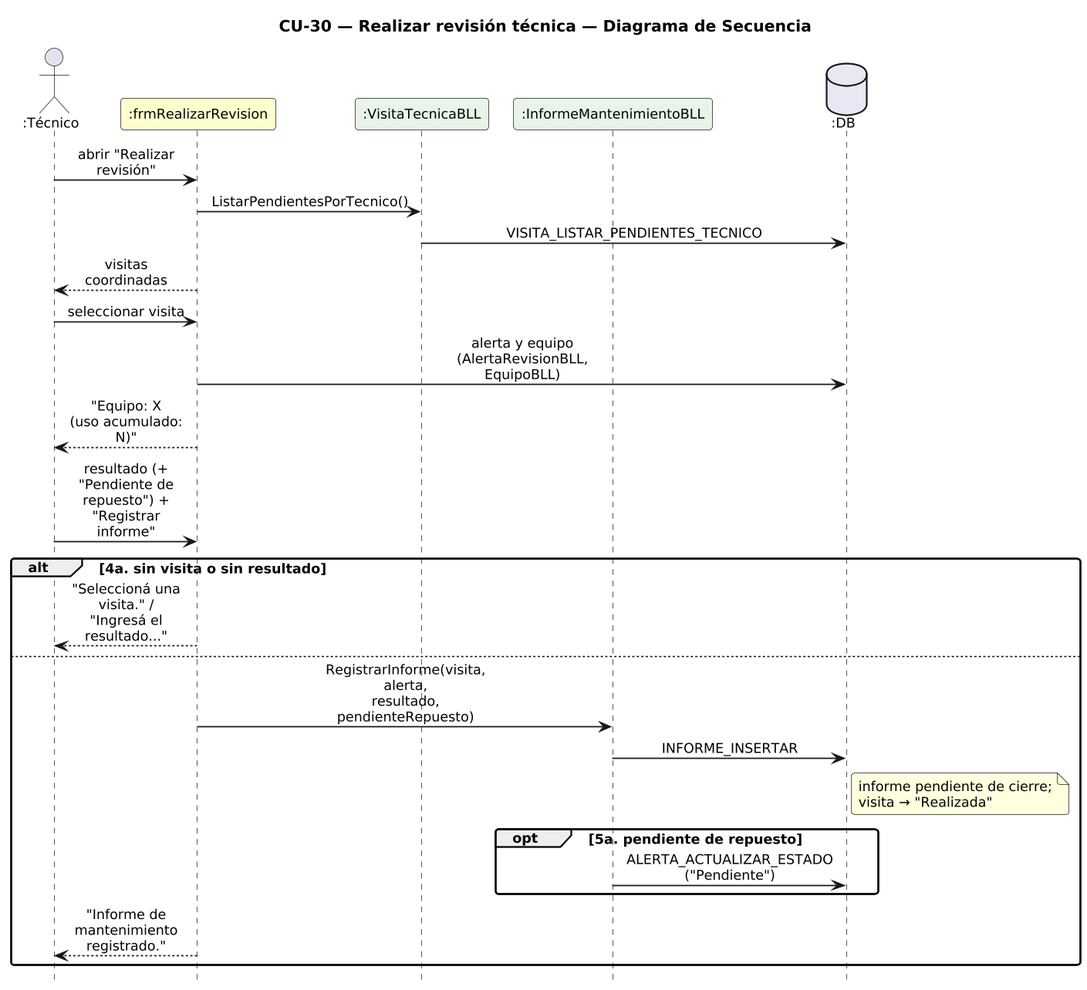
Earlier version of the PlantUML export DIAGRAMAS/DiagramaSecuencia_CU30_RealizarRevision.png (Urrels/ingenieria_software).
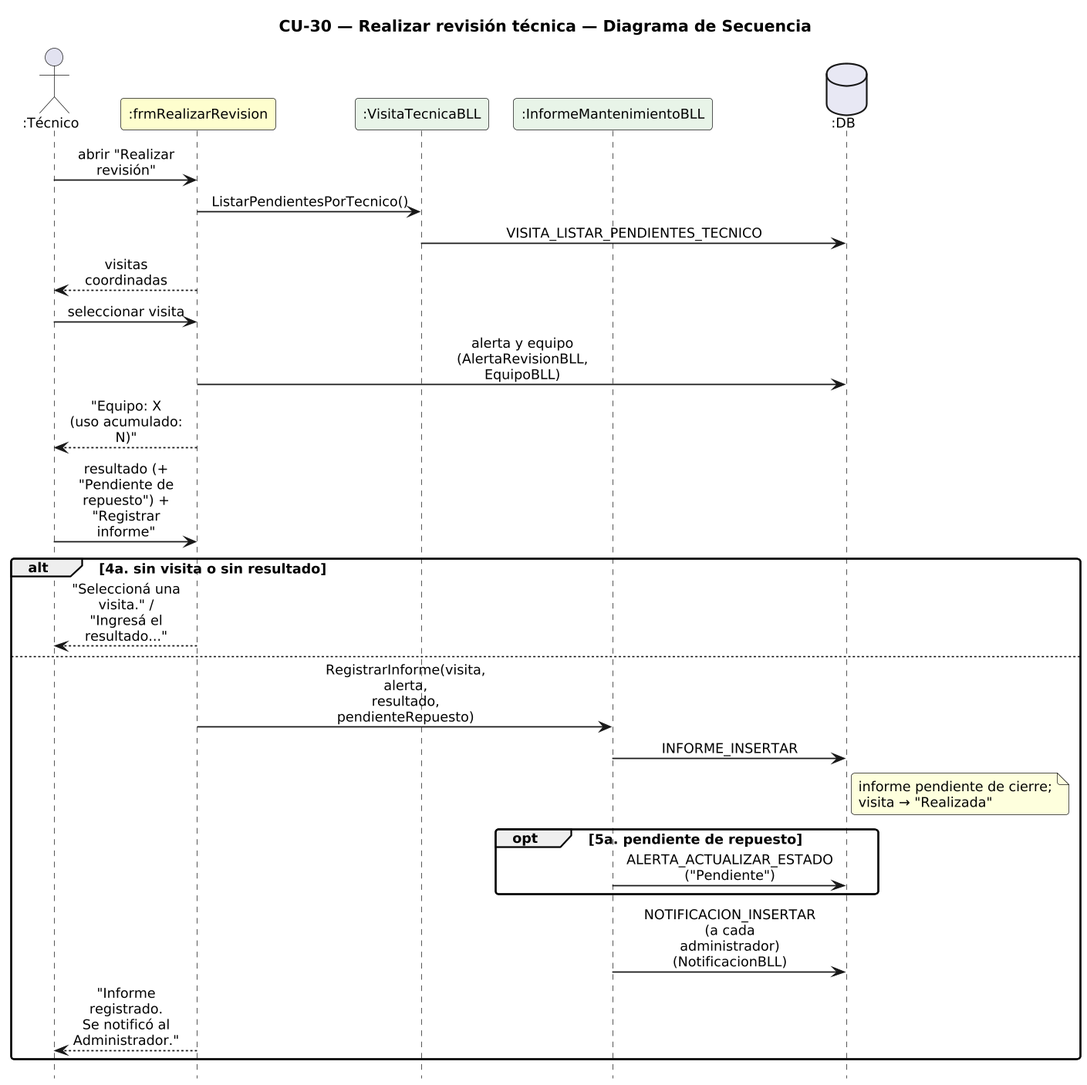
The same file after the commit.

The edit, as a diff of the source:
```diff
@@ -36,7 +36,8 @@
   opt 5a. pendiente de repuesto
     IB -> DB : ALERTA_ACTUALIZAR_ESTADO\n("Pendiente")
   end
-  F --> T : "Informe de mantenimiento\nregistrado."
+  IB -> DB : NOTIFICACION_INSERTAR\n(a cada administrador)\n(NotificacionBLL)
+  F --> T : "Informe registrado.\nSe notificó al Administrador."
 end
 
 @enduml
```
